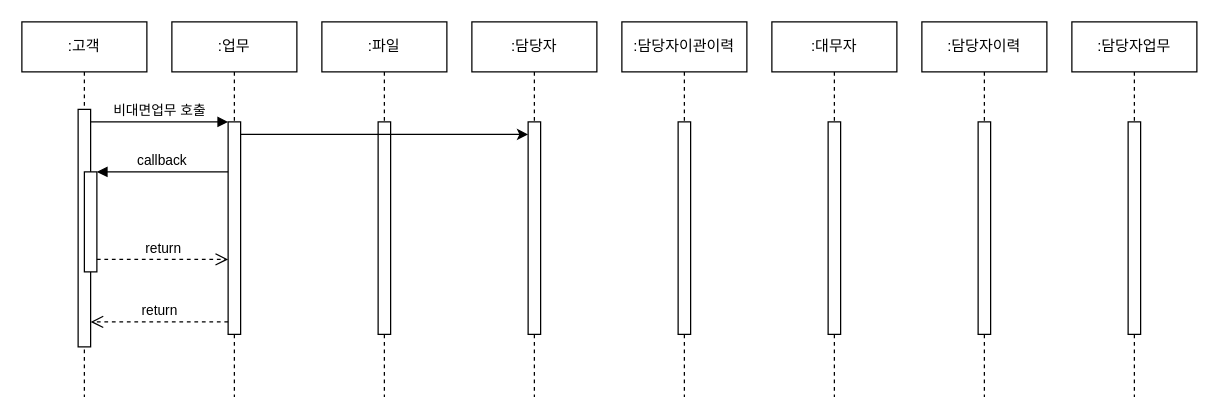
corrvax/toby keeps this draw.io diagram as 시퀀스다이어그램.drawio. Above is the earlier version. Source tidied: cells renumbered, new cells numbered last; positions are measured from the earlier drawing's top-left corner, leaving out a move shared by most shapes. Both pictures are drawn from the tidied source at 125%, with x=0, y=0 at pixel (21, 21).
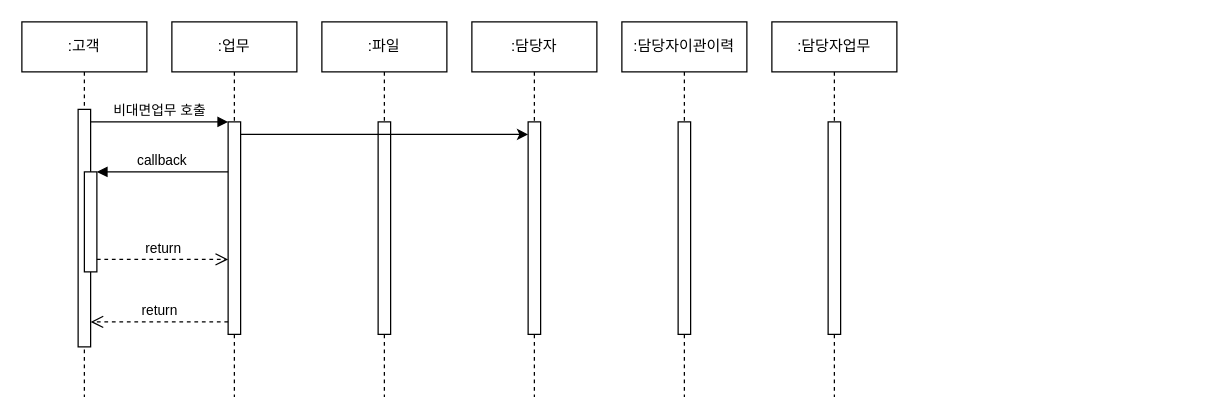
The same page after the edit.

Commit message:
시퀀스다이어그램.drawio 업데이트

The edit, as a diff of the source:
```diff
@@
-    <mxCell id="17" value=":대무자" style="shape=umlLifeline;perimeter=lifelinePerimeter;whiteSpace=wrap;html=1;newEdgeStyle={&quot;edgeStyle&quot;:&quot;elbowEdgeStyle&quot;,&quot;elbow&quot;:&quot;vertical&quot;,&quot;curved&quot;:0,&quot;rounded&quot;:0};" parent="1" vertex="1">
-      <mxGeometry x="600" width="100" height="300" as="geometry" />
-    </mxCell>
-    <mxCell id="18" style="html=1;perimeter=orthogonalPerimeter;targetShapes=umlLifeline;newEdgeStyle={&quot;edgeStyle&quot;:&quot;elbowEdgeStyle&quot;,&quot;elbow&quot;:&quot;vertical&quot;,&quot;curved&quot;:0,&quot;rounded&quot;:0};" parent="17" vertex="1">
-      <mxGeometry x="45" y="80" width="10" height="170" as="geometry" />
-    </mxCell>
-    <mxCell id="19" value=":담당자이력" style="shape=umlLifeline;perimeter=lifelinePerimeter;whiteSpace=wrap;html=1;newEdgeStyle={&quot;edgeStyle&quot;:&quot;elbowEdgeStyle&quot;,&quot;elbow&quot;:&quot;vertical&quot;,&quot;curved&quot;:0,&quot;rounded&quot;:0};" parent="1" vertex="1">
-      <mxGeometry x="720" width="100" height="300" as="geometry" />
-    </mxCell>
-    <mxCell id="20" style="html=1;perimeter=orthogonalPerimeter;targetShapes=umlLifeline;newEdgeStyle={&quot;edgeStyle&quot;:&quot;elbowEdgeStyle&quot;,&quot;elbow&quot;:&quot;vertical&quot;,&quot;curved&quot;:0,&quot;rounded&quot;:0};" parent="19" vertex="1">
-      <mxGeometry x="45" y="80" width="10" height="170" as="geometry" />
-    </mxCell>
     <mxCell id="21" value=":담당자업무" style="shape=umlLifeline;perimeter=lifelinePerimeter;whiteSpace=wrap;html=1;newEdgeStyle={&quot;edgeStyle&quot;:&quot;elbowEdgeStyle&quot;,&quot;elbow&quot;:&quot;vertical&quot;,&quot;curved&quot;:0,&quot;rounded&quot;:0};" parent="1" vertex="1">
-      <mxGeometry x="840" width="100" height="300" as="geometry" />
+      <mxGeometry x="600" width="100" height="300" as="geometry" />
     </mxCell>
```
